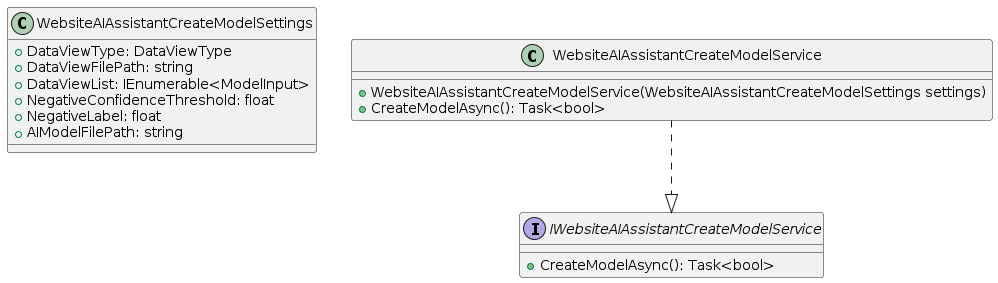
VeritasSoftware/WebsiteAIAssistant keeps this PlantUML diagram as Docs/WebsiteAIAssistantCreateModelService.png. Above is the earlier version.
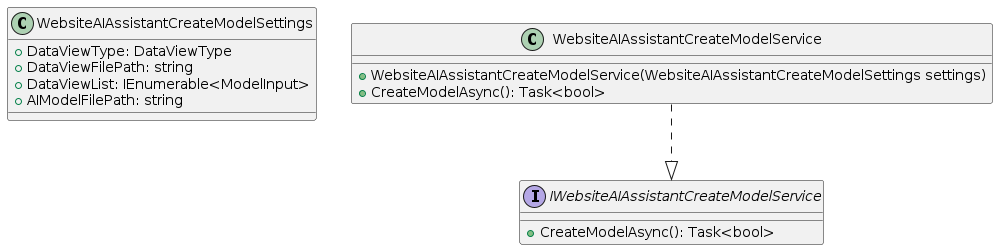
After the commit.

What changed in the source:
```diff
@@ -4,8 +4,6 @@
   + DataViewType: DataViewType
   + DataViewFilePath: string
   + DataViewList: IEnumerable<ModelInput>
-  + NegativeConfidenceThreshold: float
-  + NegativeLabel: float
   + AIModelFilePath: string
 }
 
```
